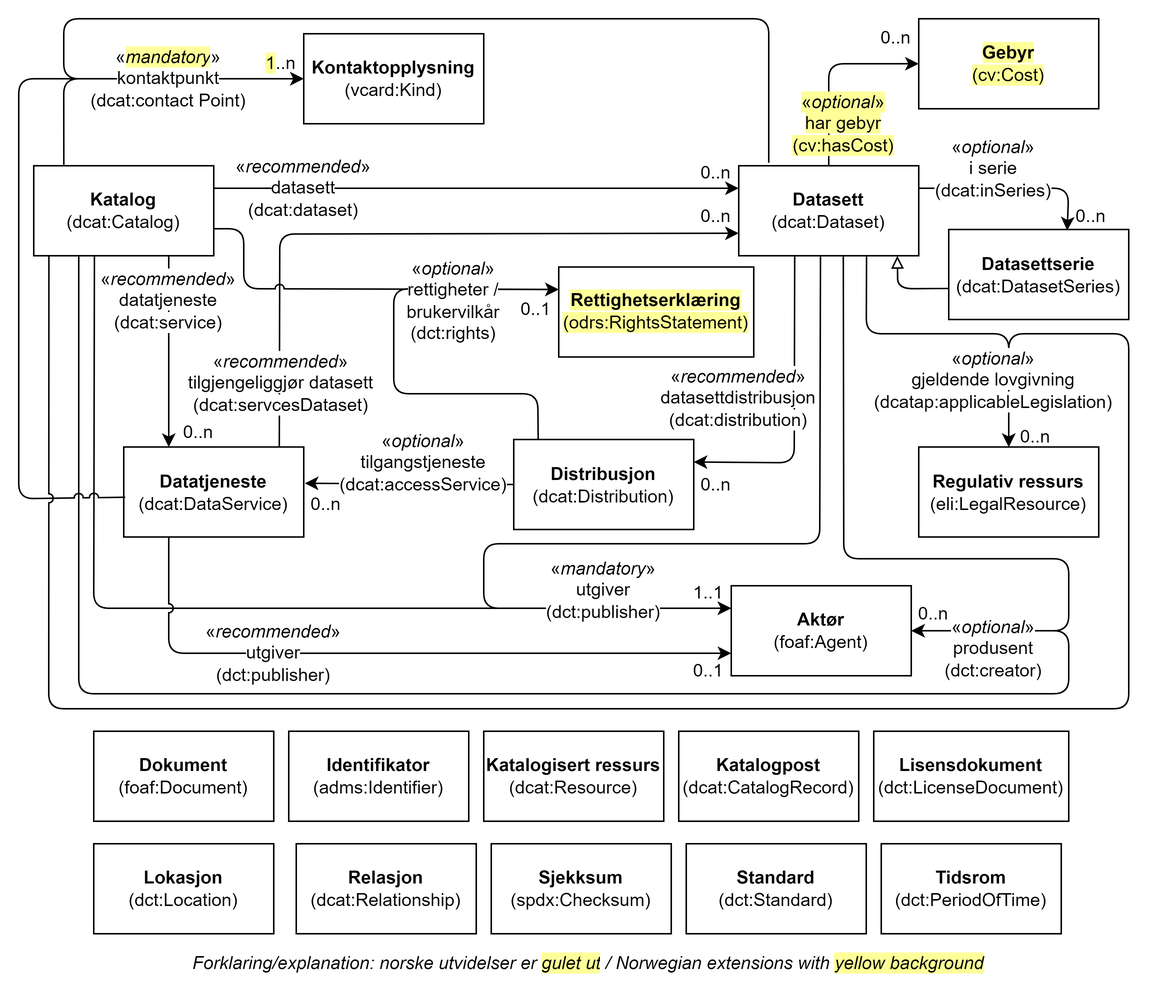
Above: docs/images/DCAT-AP-NO-klasser.png in Informasjonsforvaltning/dcat-ap-no (draw.io), before the change. Source tidied: cells renumbered, new cells last; positions are measured from the earlier drawing's top-left corner, leaving out a move shared by most shapes.
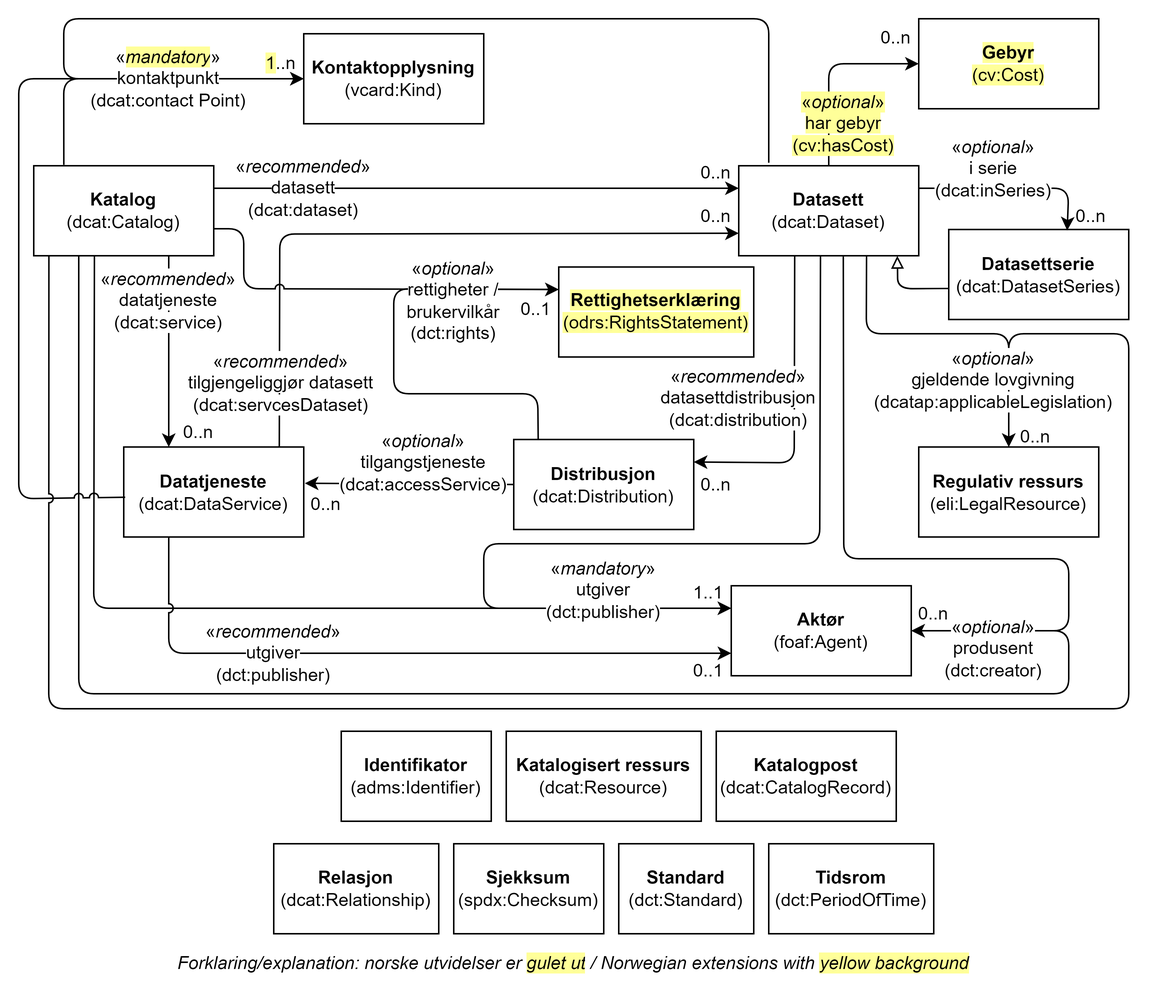
The same file after the commit.

Commit message:
Tar bort klassene som ikke trengs spesifisert

The edit, as a diff of the source:
```diff
@@ -144,7 +144,7 @@
       <mxGeometry x="360" y="365.5" width="60" height="30" as="geometry" />
     </mxCell>
     <mxCell id="37" value="Forklaring/explanation: norske utvidelser er&amp;nbsp;&lt;span style=&quot;background-color: rgb(255, 255, 153);&quot;&gt;gulet ut&lt;/span&gt;&lt;span style=&quot;background-color: rgb(255 , 255 , 255)&quot;&gt;&amp;nbsp;/&amp;nbsp;Norwegian extensions with &lt;/span&gt;&lt;span style=&quot;background-color: rgb(255, 255, 153);&quot;&gt;yellow background&lt;/span&gt;" style="text;html=1;strokeColor=none;fillColor=none;align=center;verticalAlign=middle;whiteSpace=wrap;rounded=0;fontStyle=2;" parent="1" vertex="1">
-      <mxGeometry x="10" y="620" width="740" height="20" as="geometry" />
+      <mxGeometry y="620" width="740" height="20" as="geometry" />
     </mxCell>
     <mxCell id="38" value="&lt;span style=&quot;background-color: rgb(255, 255, 153);&quot;&gt;&lt;b&gt;Rettighetserklæring&lt;/b&gt;&lt;br&gt;(odrs:RightsStatement)&lt;/span&gt;" style="rounded=0;whiteSpace=wrap;html=1;" parent="1" vertex="1">
       <mxGeometry x="360" y="165.5" width="130" height="60" as="geometry" />
@@ -259,35 +259,26 @@
     <mxCell id="58" value="&lt;span style=&quot;background-color: rgb(255, 255, 255);&quot;&gt;«&lt;i&gt;optional&lt;/i&gt;»&lt;br&gt;gjeldende lovgivning (dcatap:applicableLegislation)&lt;/span&gt;" style="text;html=1;strokeColor=none;fillColor=none;align=center;verticalAlign=middle;whiteSpace=wrap;rounded=0;" parent="1" vertex="1">
       <mxGeometry x="620" y="225.5" width="60" height="30" as="geometry" />
     </mxCell>
-    <mxCell id="59" value="&lt;b&gt;Dokument &lt;/b&gt;(foaf:Document)" style="rounded=0;whiteSpace=wrap;html=1;" parent="1" vertex="1">
-      <mxGeometry x="50" y="475" width="120" height="60" as="geometry" />
-    </mxCell>
     <mxCell id="60" value="&lt;b&gt;Identifikator &lt;/b&gt;(adms:Identifier)" style="rounded=0;whiteSpace=wrap;html=1;" parent="1" vertex="1">
-      <mxGeometry x="180" y="475" width="120" height="60" as="geometry" />
+      <mxGeometry x="215" y="475" width="100" height="60" as="geometry" />
     </mxCell>
     <mxCell id="61" value="&lt;b&gt;Katalogisert ressurs &lt;/b&gt;(dcat:Resource)" style="rounded=0;whiteSpace=wrap;html=1;" parent="1" vertex="1">
-      <mxGeometry x="310" y="475" width="120" height="60" as="geometry" />
+      <mxGeometry x="325" y="475" width="130" height="60" as="geometry" />
     </mxCell>
     <mxCell id="62" value="&lt;b&gt;Katalogpost &lt;/b&gt;(dcat:CatalogRecord)" style="rounded=0;whiteSpace=wrap;html=1;" parent="1" vertex="1">
-      <mxGeometry x="440" y="475" width="120" height="60" as="geometry" />
+      <mxGeometry x="465" y="475" width="120" height="60" as="geometry" />
     </mxCell>
-    <mxCell id="63" value="&lt;b&gt;Lisensdokument &lt;/b&gt;(dct:LicenseDocument)" style="rounded=0;whiteSpace=wrap;html=1;" parent="1" vertex="1">
-      <mxGeometry x="570" y="475" width="130" height="60" as="geometry" />
-    </mxCell>
-    <mxCell id="64" value="&lt;b&gt;Lokasjon &lt;/b&gt;(dct:Location)" style="rounded=0;whiteSpace=wrap;html=1;" parent="1" vertex="1">
-      <mxGeometry x="50" y="550" width="120" height="60" as="geometry" />
-    </mxCell>
     <mxCell id="65" value="&lt;b&gt;Relasjon &lt;/b&gt;(dcat:Relationship)" style="rounded=0;whiteSpace=wrap;html=1;" parent="1" vertex="1">
-      <mxGeometry x="185" y="550" width="120" height="60" as="geometry" />
+      <mxGeometry x="170" y="550" width="110" height="60" as="geometry" />
     </mxCell>
     <mxCell id="66" value="&lt;b&gt;Sjekksum &lt;/b&gt;(spdx:Checksum)" style="rounded=0;whiteSpace=wrap;html=1;" parent="1" vertex="1">
-      <mxGeometry x="315" y="550" width="120" height="60" as="geometry" />
+      <mxGeometry x="290" y="550" width="100" height="60" as="geometry" />
     </mxCell>
     <mxCell id="67" value="&lt;b&gt;Standard &lt;/b&gt;(dct:Standard)" style="rounded=0;whiteSpace=wrap;html=1;" parent="1" vertex="1">
-      <mxGeometry x="445" y="550" width="120" height="60" as="geometry" />
+      <mxGeometry x="400" y="550" width="90" height="60" as="geometry" />
     </mxCell>
     <mxCell id="68" value="&lt;b&gt;Tidsrom &lt;/b&gt;(dct:PeriodOfTime)" style="rounded=0;whiteSpace=wrap;html=1;" parent="1" vertex="1">
-      <mxGeometry x="575" y="550" width="120" height="60" as="geometry" />
+      <mxGeometry x="500" y="550" width="110" height="60" as="geometry" />
     </mxCell>
   </root>
 </mxGraphModel>
```
